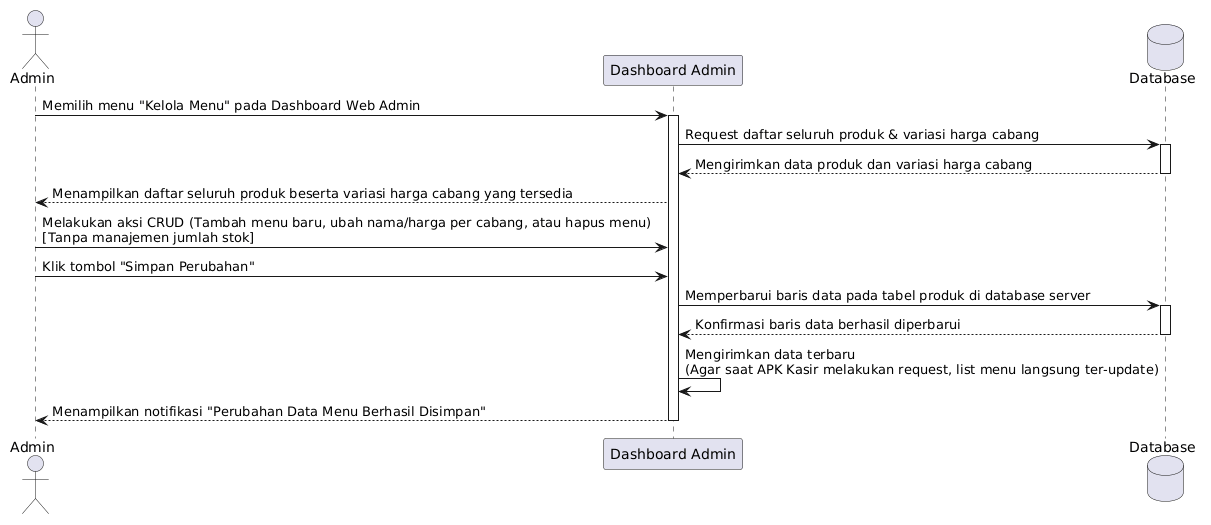
Before: Dokumen/Sequence/KelolaMenu(Admin).png, a diagram exported from PlantUML (ikoks/Pengembangan-Aplikasi-Point-Of-Sale-untuk-Event). The source it was exported from:
```plantuml
@startuml
actor Admin
participant "Dashboard Admin" as Sistem
database "Database" as DB

Admin -> Sistem : Memilih menu "Kelola Menu" pada Dashboard Web Admin
activate Sistem

Sistem -> DB : Request daftar seluruh produk & variasi harga cabang
activate DB
DB --> Sistem : Mengirimkan data produk dan variasi harga cabang
deactivate DB

Sistem --> Admin : Menampilkan daftar seluruh produk beserta variasi harga cabang yang tersedia

Admin -> Sistem : Melakukan aksi CRUD (Tambah menu baru, ubah nama/harga per cabang, atau hapus menu)\n[Tanpa manajemen jumlah stok]
Admin -> Sistem : Klik tombol "Simpan Perubahan"

Sistem -> DB : Memperbarui baris data pada tabel produk di database server
activate DB
DB --> Sistem : Konfirmasi baris data berhasil diperbarui
deactivate DB

Sistem -> Sistem : Mengirimkan data terbaru\n(Agar saat APK Kasir melakukan request, list menu langsung ter-update)
Sistem --> Admin : Menampilkan notifikasi "Perubahan Data Menu Berhasil Disimpan"

deactivate Sistem
@enduml
```
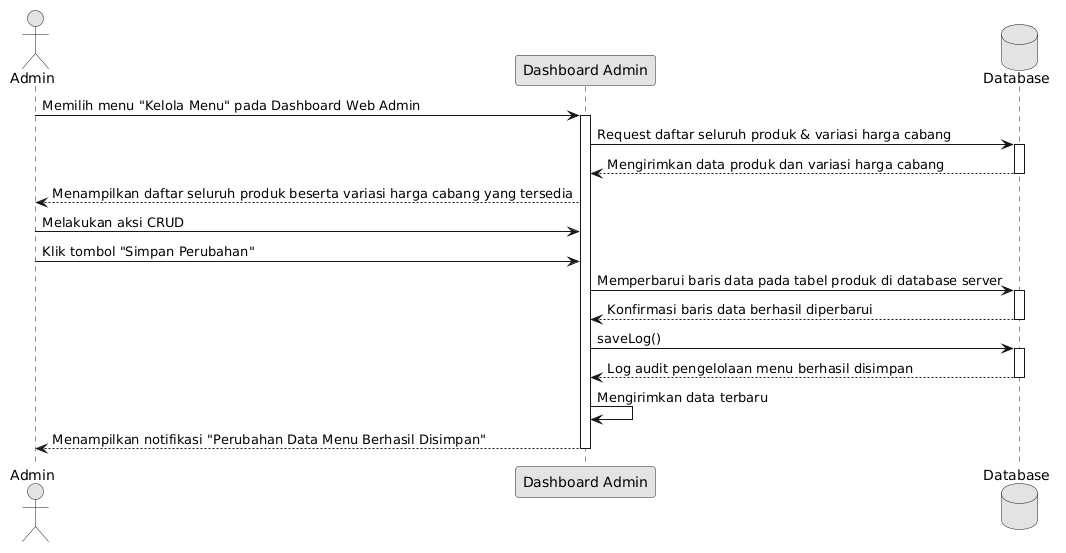
The same file after the commit.

Commit message:
Update: Migration Database

The edit, as a diff of the source:
```diff
@@ -1,28 +1,33 @@
 @startuml
-actor Admin
-participant "Dashboard Admin" as Sistem
+skinparam monochrome true
+skinparam shadowing false
+
+actor "Admin" as AD
+participant "Dashboard Admin" as DA
 database "Database" as DB
 
-Admin -> Sistem : Memilih menu "Kelola Menu" pada Dashboard Web Admin
-activate Sistem
+AD -> DA: Memilih menu "Kelola Menu" pada Dashboard Web Admin
+activate DA
+DA -> DB: Request daftar seluruh produk & variasi harga cabang
+activate DB
+DB --> DA: Mengirimkan data produk dan variasi harga cabang
+deactivate DB
+DA --> AD: Menampilkan daftar seluruh produk beserta variasi harga cabang yang tersedia
 
-Sistem -> DB : Request daftar seluruh produk & variasi harga cabang
+AD -> DA: Melakukan aksi CRUD
+AD -> DA: Klik tombol "Simpan Perubahan"
+
+DA -> DB: Memperbarui baris data pada tabel produk di database server
 activate DB
-DB --> Sistem : Mengirimkan data produk dan variasi harga cabang
+DB --> DA: Konfirmasi baris data berhasil diperbarui
 deactivate DB
 
-Sistem --> Admin : Menampilkan daftar seluruh produk beserta variasi harga cabang yang tersedia
-
-Admin -> Sistem : Melakukan aksi CRUD (Tambah menu baru, ubah nama/harga per cabang, atau hapus menu)\n[Tanpa manajemen jumlah stok]
-Admin -> Sistem : Klik tombol "Simpan Perubahan"
-
-Sistem -> DB : Memperbarui baris data pada tabel produk di database server
+DA -> DB: saveLog()
 activate DB
-DB --> Sistem : Konfirmasi baris data berhasil diperbarui
+DB --> DA: Log audit pengelolaan menu berhasil disimpan
 deactivate DB
 
-Sistem -> Sistem : Mengirimkan data terbaru\n(Agar saat APK Kasir melakukan request, list menu langsung ter-update)
-Sistem --> Admin : Menampilkan notifikasi "Perubahan Data Menu Berhasil Disimpan"
-
-deactivate Sistem
+DA -> DA: Mengirimkan data terbaru
+DA --> AD: Menampilkan notifikasi "Perubahan Data Menu Berhasil Disimpan"
+deactivate DA
 @enduml
```
